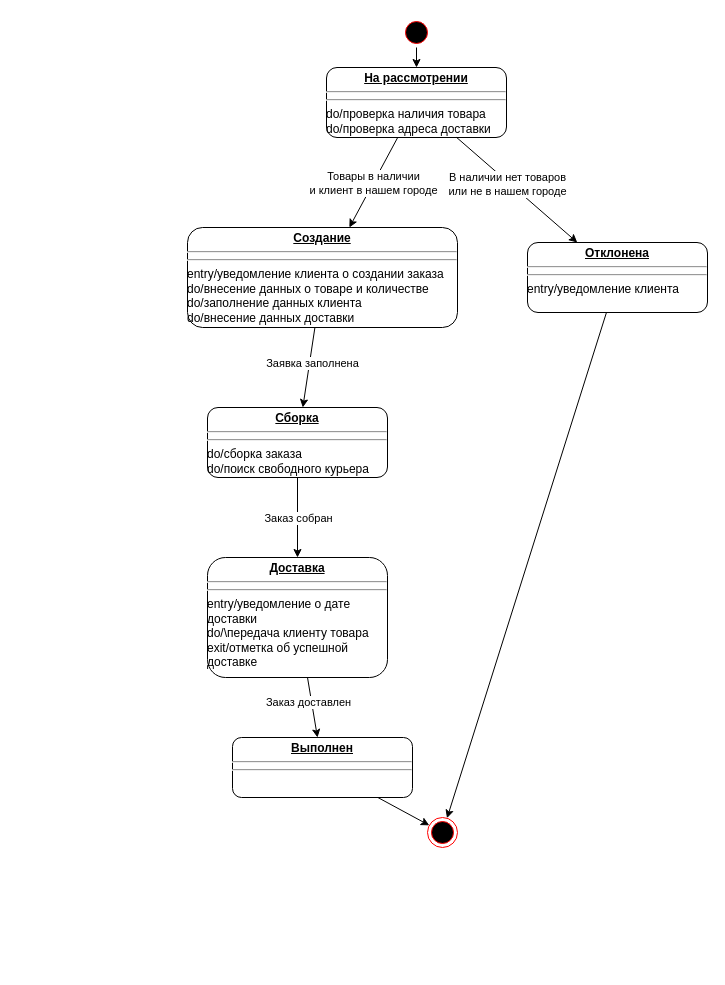
Above: 100 - project-state-diagram.drawio in omelchenkopete/SA (draw.io), before the change. Source tidied: cells renumbered, new cells numbered last; positions are measured from the earlier drawing's top-left corner, leaving out a move shared by most shapes. Both pictures are drawn from the tidied source at 100%, with x=0, y=0 at pixel (187, 17).
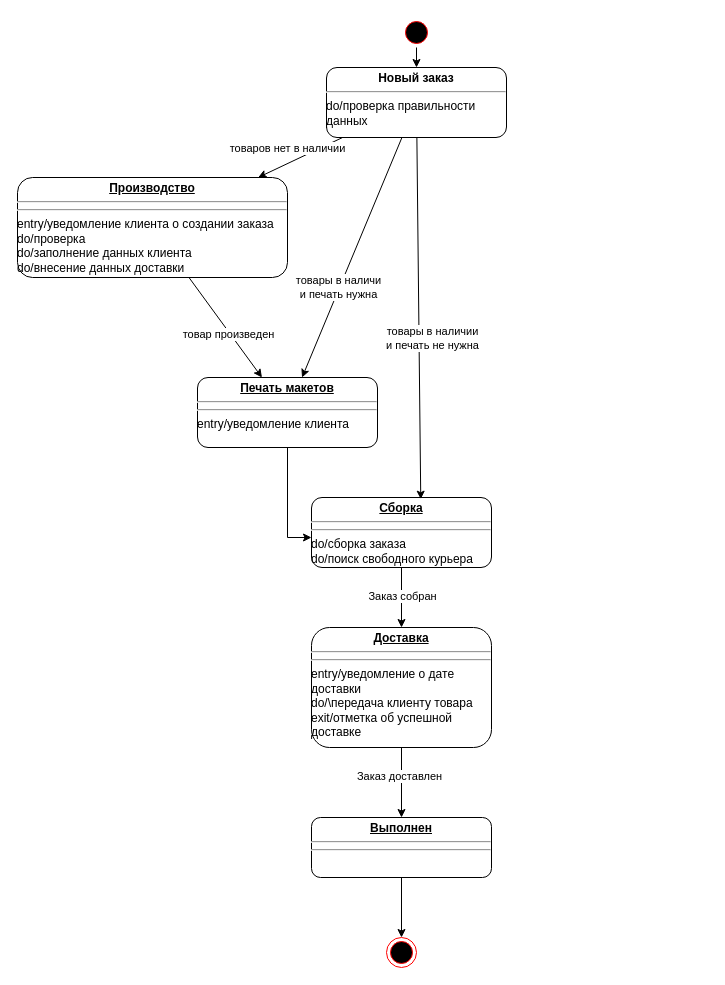
The same diagram, later.

The change refers to these unchanged cells:
```xml
<mxCell id="9" style="endArrow=classic;html=1;rounded=0;" parent="1" edge="1" source="2" target="8">
  <mxGeometry relative="1" as="geometry" />
</mxCell>
```

Change to the diagram source:
```diff
@@
-    <mxCell id="2" value="&lt;p style=&quot;margin:0px;margin-top:4px;text-align:center;text-decoration:underline;&quot;&gt;&lt;b&gt;На рассмотрении&lt;/b&gt;&lt;/p&gt;&lt;hr&gt;&lt;hr&gt;&lt;div style=&quot;&quot;&gt;&lt;span style=&quot;background-color: initial;&quot;&gt;do/проверка наличия товара&lt;/span&gt;&lt;/div&gt;&lt;div style=&quot;&quot;&gt;&lt;span style=&quot;background-color: initial;&quot;&gt;do/проверка адреса доставки&lt;/span&gt;&lt;/div&gt;" style="verticalAlign=top;align=left;overflow=fill;html=1;whiteSpace=wrap;rounded=1;strokeWidth=1;" parent="1" vertex="1">
+    <mxCell id="2" value="&lt;p style=&quot;margin:0px;margin-top:4px;text-align:center;text-decoration:underline;&quot;&gt;&lt;/p&gt;&lt;b&gt;&lt;div style=&quot;text-align: center;&quot;&gt;Новый заказ&lt;/div&gt;&lt;/b&gt;&lt;hr&gt;&lt;div style=&quot;&quot;&gt;&lt;span style=&quot;background-color: initial;&quot;&gt;do/проверка правильности данных&lt;/span&gt;&lt;/div&gt;" style="verticalAlign=top;align=left;overflow=fill;html=1;whiteSpace=wrap;rounded=1;strokeWidth=1;" parent="1" vertex="1">
       <mxGeometry x="139" y="50" width="180" height="70" as="geometry" />
     </mxCell>
@@
     <mxCell id="4" style="ellipse;html=1;shape=endState;fillColor=#000000;strokeColor=#ff0000;" parent="1" vertex="1">
-      <mxGeometry x="240" y="800" width="30" height="30" as="geometry" />
+      <mxGeometry x="199" y="920" width="30" height="30" as="geometry" />
     </mxCell>
@@
     <mxCell id="6" value="&lt;p style=&quot;margin:0px;margin-top:4px;text-align:center;text-decoration:underline;&quot;&gt;&lt;b&gt;Доставка&lt;/b&gt;&lt;/p&gt;&lt;hr&gt;&lt;hr&gt;&lt;div style=&quot;&quot;&gt;&lt;span style=&quot;background-color: initial;&quot;&gt;entry/уведомление о дате доставки&lt;br&gt;do/\передача клиенту товара&lt;/span&gt;&lt;/div&gt;&lt;div style=&quot;&quot;&gt;exit/отметка об успешной доставке&lt;/div&gt;" style="verticalAlign=top;align=left;overflow=fill;html=1;whiteSpace=wrap;rounded=1;strokeWidth=1;" parent="1" vertex="1">
-      <mxGeometry x="20" y="540" width="180" height="120" as="geometry" />
+      <mxGeometry x="124" y="610" width="180" height="120" as="geometry" />
     </mxCell>
     <mxCell id="7" value="&lt;p style=&quot;margin:0px;margin-top:4px;text-align:center;text-decoration:underline;&quot;&gt;&lt;b&gt;Сборка&lt;/b&gt;&lt;/p&gt;&lt;hr&gt;&lt;hr&gt;&lt;div style=&quot;&quot;&gt;&lt;span style=&quot;background-color: initial;&quot;&gt;do/сборка заказа&lt;/span&gt;&lt;/div&gt;&lt;div style=&quot;&quot;&gt;do/поиск свободного курьера&lt;/div&gt;" style="verticalAlign=top;align=left;overflow=fill;html=1;whiteSpace=wrap;rounded=1;strokeWidth=1;" parent="1" vertex="1">
-      <mxGeometry x="20" y="390" width="180" height="70" as="geometry" />
+      <mxGeometry x="124" y="480" width="180" height="70" as="geometry" />
     </mxCell>
-    <mxCell id="8" value="&lt;p style=&quot;margin:0px;margin-top:4px;text-align:center;text-decoration:underline;&quot;&gt;&lt;b&gt;Создание&lt;/b&gt;&lt;/p&gt;&lt;hr&gt;&lt;hr&gt;&lt;div style=&quot;&quot;&gt;entry/уведомление клиента о создании заказа&lt;/div&gt;&lt;div style=&quot;&quot;&gt;&lt;span style=&quot;background-color: initial;&quot;&gt;do/внесение данных о товаре и количестве&lt;/span&gt;&lt;/div&gt;&lt;div style=&quot;&quot;&gt;&lt;span style=&quot;background-color: initial;&quot;&gt;do/заполнение данных клиента&lt;/span&gt;&lt;/div&gt;&lt;div style=&quot;&quot;&gt;&lt;span style=&quot;background-color: initial;&quot;&gt;do/внесение данных доставки&lt;/span&gt;&lt;/div&gt;" style="verticalAlign=top;align=left;overflow=fill;html=1;whiteSpace=wrap;rounded=1;strokeWidth=1;" parent="1" vertex="1">
-      <mxGeometry y="210" width="270" height="100" as="geometry" />
+    <mxCell id="8" value="&lt;p style=&quot;margin:0px;margin-top:4px;text-align:center;text-decoration:underline;&quot;&gt;&lt;b&gt;Производство&lt;/b&gt;&lt;/p&gt;&lt;hr&gt;&lt;hr&gt;&lt;div style=&quot;&quot;&gt;entry/уведомление клиента о создании заказа&lt;/div&gt;&lt;div style=&quot;&quot;&gt;&lt;span style=&quot;background-color: initial;&quot;&gt;do/проверка&amp;nbsp;&lt;/span&gt;&lt;/div&gt;&lt;div style=&quot;&quot;&gt;&lt;span style=&quot;background-color: initial;&quot;&gt;do/заполнение данных клиента&lt;/span&gt;&lt;/div&gt;&lt;div style=&quot;&quot;&gt;&lt;span style=&quot;background-color: initial;&quot;&gt;do/внесение данных доставки&lt;/span&gt;&lt;/div&gt;" style="verticalAlign=top;align=left;overflow=fill;html=1;whiteSpace=wrap;rounded=1;strokeWidth=1;" parent="1" vertex="1">
+      <mxGeometry x="-170" y="160" width="270" height="100" as="geometry" />
     </mxCell>
@@
-    <mxCell id="10" value="Товары в наличии&lt;br&gt;и клиент в нашем городе" style="edgeLabel;html=1;align=center;verticalAlign=middle;" parent="9" vertex="1">
-      <mxGeometry x="0.01" relative="1" as="geometry" />
+    <mxCell id="10" value="товаров нет в наличии" style="edgeLabel;html=1;align=center;verticalAlign=middle;" parent="9" vertex="1">
+      <mxGeometry x="0.01" relative="1" as="geometry">
+        <mxPoint x="-13" y="-10" as="offset" />
+      </mxGeometry>
     </mxCell>
+    <mxCell id="23" style="edgeStyle=orthogonalEdgeStyle;rounded=0;jettySize=auto;html=1;" parent="1" edge="1" source="11" target="7">
+      <mxGeometry relative="1" as="geometry">
+        <Array as="points">
+          <mxPoint x="229" y="520" />
+        </Array>
+      </mxGeometry>
+    </mxCell>
-    <mxCell id="11" value="&lt;p style=&quot;margin:0px;margin-top:4px;text-align:center;text-decoration:underline;&quot;&gt;&lt;b&gt;Отклонена&lt;/b&gt;&lt;/p&gt;&lt;hr&gt;&lt;hr&gt;&lt;div style=&quot;&quot;&gt;&lt;span style=&quot;background-color: initial;&quot;&gt;entry/уведомление клиента&lt;/span&gt;&lt;/div&gt;" style="verticalAlign=top;align=left;overflow=fill;html=1;whiteSpace=wrap;rounded=1;strokeWidth=1;" parent="1" vertex="1">
-      <mxGeometry x="340" y="225" width="180" height="70" as="geometry" />
+    <mxCell id="11" value="&lt;p style=&quot;margin:0px;margin-top:4px;text-align:center;text-decoration:underline;&quot;&gt;&lt;b&gt;Печать макетов&lt;/b&gt;&lt;/p&gt;&lt;hr&gt;&lt;hr&gt;&lt;div style=&quot;&quot;&gt;&lt;span style=&quot;background-color: initial;&quot;&gt;entry/уведомление клиента&lt;/span&gt;&lt;/div&gt;" style="verticalAlign=top;align=left;overflow=fill;html=1;whiteSpace=wrap;rounded=1;strokeWidth=1;" parent="1" vertex="1">
+      <mxGeometry x="10" y="360" width="180" height="70" as="geometry" />
     </mxCell>
-    <mxCell id="12" style="endArrow=classic;html=1;rounded=0;" parent="1" edge="1" source="2" target="11">
-      <mxGeometry relative="1" as="geometry" />
-    </mxCell>
-    <mxCell id="13" value="В наличии нет товаров&lt;br&gt;или не в нашем городе" style="edgeLabel;html=1;align=center;verticalAlign=middle;" parent="12" vertex="1">
-      <mxGeometry x="-0.15" y="-2" relative="1" as="geometry" />
-    </mxCell>
-    <mxCell id="14" style="endArrow=classic;html=1;rounded=0;" parent="1" edge="1" source="11" target="4">
-      <mxGeometry relative="1" as="geometry" />
-    </mxCell>
-    <mxCell id="15" style="endArrow=classic;html=1;rounded=0;" parent="1" edge="1" source="8" target="7">
+    <mxCell id="15" style="endArrow=classic;html=1;rounded=0;" parent="1" edge="1" source="8" target="11">
       <mxGeometry relative="1" as="geometry" />
     </mxCell>
-    <mxCell id="16" value="Заявка заполнена" style="edgeLabel;html=1;align=center;verticalAlign=middle;" parent="15" vertex="1">
-      <mxGeometry x="-0.11" y="2" relative="1" as="geometry" />
-    </mxCell>
+    <mxCell id="24" value="товар произведен" style="edgeLabel;html=1;align=center;verticalAlign=middle;" parent="15" vertex="1">
+      <mxGeometry x="-0.36" y="1" relative="1" as="geometry">
+        <mxPoint x="15" y="25" as="offset" />
+      </mxGeometry>
+    </mxCell>
@@
     <mxCell id="20" value="&lt;p style=&quot;margin:0px;margin-top:4px;text-align:center;text-decoration:underline;&quot;&gt;&lt;b&gt;Выполнен&lt;/b&gt;&lt;/p&gt;&lt;hr&gt;&lt;hr&gt;&lt;div style=&quot;&quot;&gt;&lt;br&gt;&lt;/div&gt;" style="verticalAlign=top;align=left;overflow=fill;html=1;whiteSpace=wrap;rounded=1;strokeWidth=1;" parent="1" vertex="1">
-      <mxGeometry x="45" y="720" width="180" height="60" as="geometry" />
+      <mxGeometry x="124" y="800" width="180" height="60" as="geometry" />
     </mxCell>
@@
+    <mxCell id="25" style="endArrow=classic;html=1;rounded=0;entryX=0.607;entryY=0.024;entryDx=0;entryDy=0;entryPerimeter=0;" parent="1" edge="1" source="2" target="7">
+      <mxGeometry relative="1" as="geometry" />
+    </mxCell>
+    <mxCell id="26" value="товары в наличии&lt;br&gt;и печать не нужна" style="edgeLabel;html=1;align=center;verticalAlign=middle;" parent="25" vertex="1">
+      <mxGeometry x="0.01" relative="1" as="geometry">
+        <mxPoint x="13" y="18" as="offset" />
+      </mxGeometry>
+    </mxCell>
+    <mxCell id="12" style="endArrow=classic;html=1;rounded=0;" parent="1" edge="1" source="2" target="11">
+      <mxGeometry relative="1" as="geometry" />
+    </mxCell>
+    <mxCell id="27" value="товары в наличи&lt;br&gt;и печать нужна" style="edgeLabel;html=1;align=center;verticalAlign=middle;" parent="12" vertex="1">
+      <mxGeometry x="0.01" relative="1" as="geometry">
+        <mxPoint x="-14" y="29" as="offset" />
+      </mxGeometry>
+    </mxCell>
```
